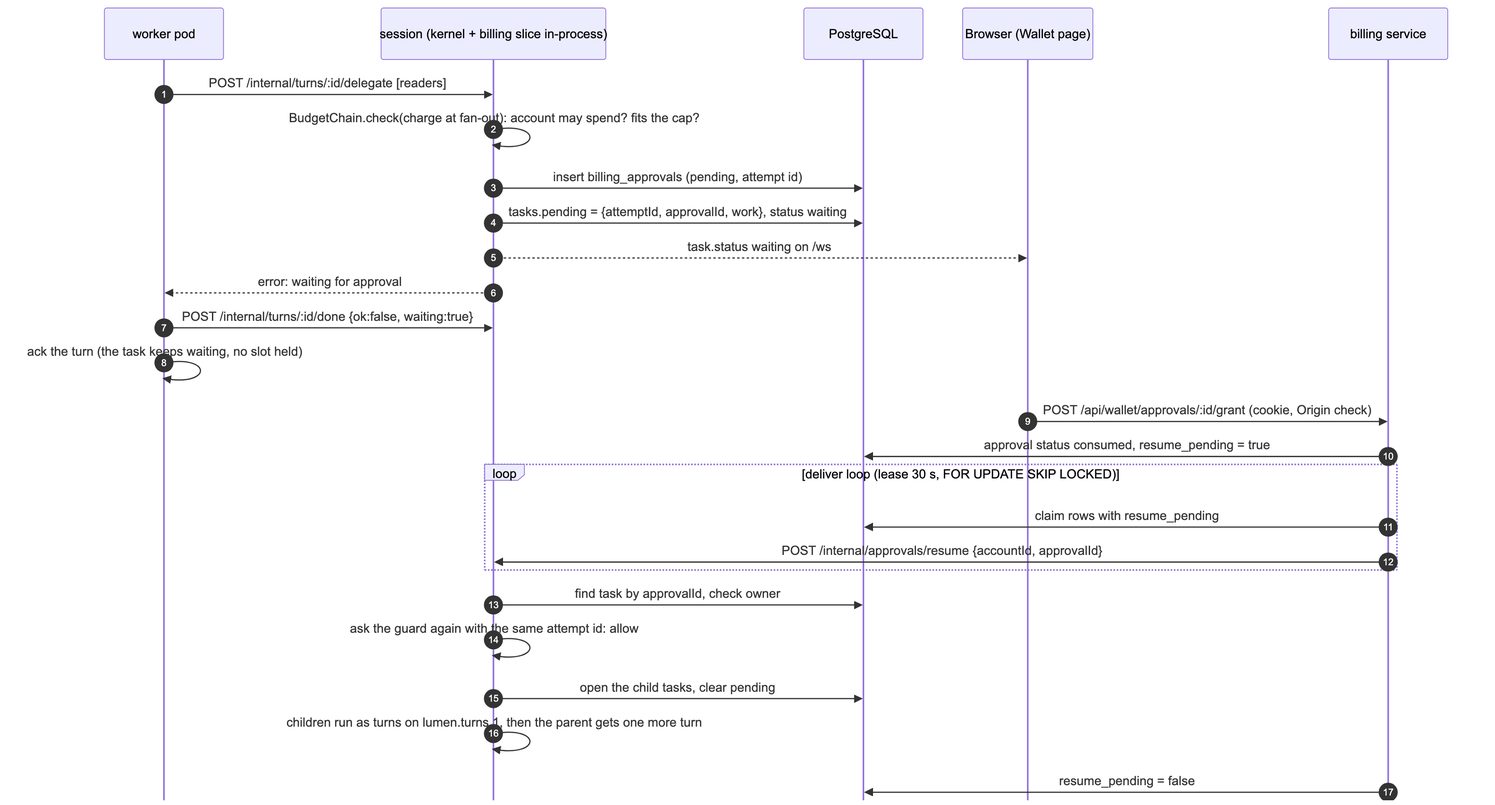
Above: docs/platform/diagrams/approval.png in ziyangliu-666/lumen-next (Mermaid), before the change. Its source is kept beside it as docs/platform/diagrams/approval.mmd. Source of this version:
```mermaid
sequenceDiagram
  autonumber
  participant W as worker pod
  participant S as session (kernel + billing slice in-process)
  participant DB as PostgreSQL
  participant B as Browser (Wallet page)
  participant BI as billing service
  W->>S: POST /internal/turns/:id/delegate [readers]
  S->>S: BudgetChain.check(charge at fan-out): account may spend? fits the cap?
  S->>DB: insert billing_approvals (pending, attempt id)
  S->>DB: tasks.pending = {attemptId, approvalId, work}, status waiting
  S-->>B: task.status waiting on /ws
  S-->>W: error: waiting for approval
  W->>S: POST /internal/turns/:id/done {ok:false, waiting:true}
  W->>W: ack the turn (the task keeps waiting, no slot held)
  B->>BI: POST /api/wallet/approvals/:id/grant (cookie, Origin check)
  BI->>DB: approval status consumed, resume_pending = true
  loop deliver loop (lease 30 s, FOR UPDATE SKIP LOCKED)
    BI->>DB: claim rows with resume_pending
    BI->>S: POST /internal/approvals/resume {accountId, approvalId}
  end
  S->>DB: find task by approvalId, check owner
  S->>S: ask the guard again with the same attempt id: allow
  S->>DB: open the child tasks, clear pending
  S->>S: children run as turns on lumen.turns.1, then the parent gets one more turn
  BI->>DB: resume_pending = false
```
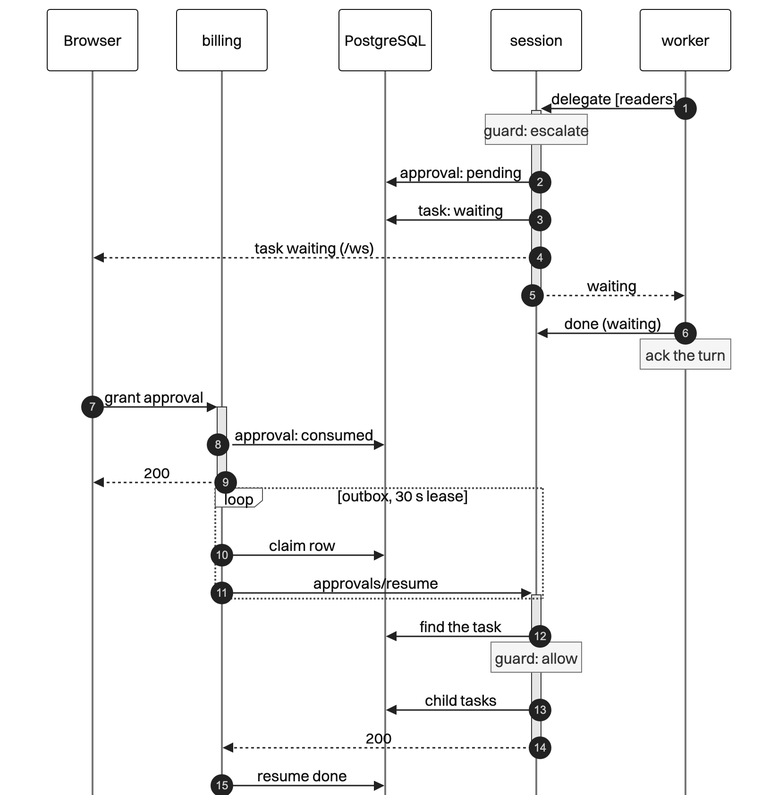
Later version of the same file.

Diff of the diagram source:
```diff
@@ -1,26 +1,27 @@
 sequenceDiagram
   autonumber
-  participant W as worker pod
-  participant S as session (kernel + billing slice in-process)
+  participant B as Browser
+  participant BI as billing
   participant DB as PostgreSQL
-  participant B as Browser (Wallet page)
-  participant BI as billing service
-  W->>S: POST /internal/turns/:id/delegate [readers]
-  S->>S: BudgetChain.check(charge at fan-out): account may spend? fits the cap?
-  S->>DB: insert billing_approvals (pending, attempt id)
-  S->>DB: tasks.pending = {attemptId, approvalId, work}, status waiting
-  S-->>B: task.status waiting on /ws
-  S-->>W: error: waiting for approval
-  W->>S: POST /internal/turns/:id/done {ok:false, waiting:true}
-  W->>W: ack the turn (the task keeps waiting, no slot held)
-  B->>BI: POST /api/wallet/approvals/:id/grant (cookie, Origin check)
-  BI->>DB: approval status consumed, resume_pending = true
-  loop deliver loop (lease 30 s, FOR UPDATE SKIP LOCKED)
-    BI->>DB: claim rows with resume_pending
-    BI->>S: POST /internal/approvals/resume {accountId, approvalId}
+  participant S as session
+  participant W as worker
+  W->>+S: delegate [readers]
+  Note over S: guard: escalate
+  S->>DB: approval: pending
+  S->>DB: task: waiting
+  S-->>B: task waiting (/ws)
+  S-->>-W: waiting
+  W->>S: done (waiting)
+  Note over W: ack the turn
+  B->>+BI: grant approval
+  BI->>DB: approval: consumed
+  BI-->>-B: 200
+  loop outbox, 30 s lease
+    BI->>DB: claim row
+    BI->>+S: approvals/resume
   end
-  S->>DB: find task by approvalId, check owner
-  S->>S: ask the guard again with the same attempt id: allow
-  S->>DB: open the child tasks, clear pending
-  S->>S: children run as turns on lumen.turns.1, then the parent gets one more turn
-  BI->>DB: resume_pending = false
+  S->>DB: find the task
+  Note over S: guard: allow
+  S->>DB: child tasks
+  S-->>-BI: 200
+  BI->>DB: resume done
```
